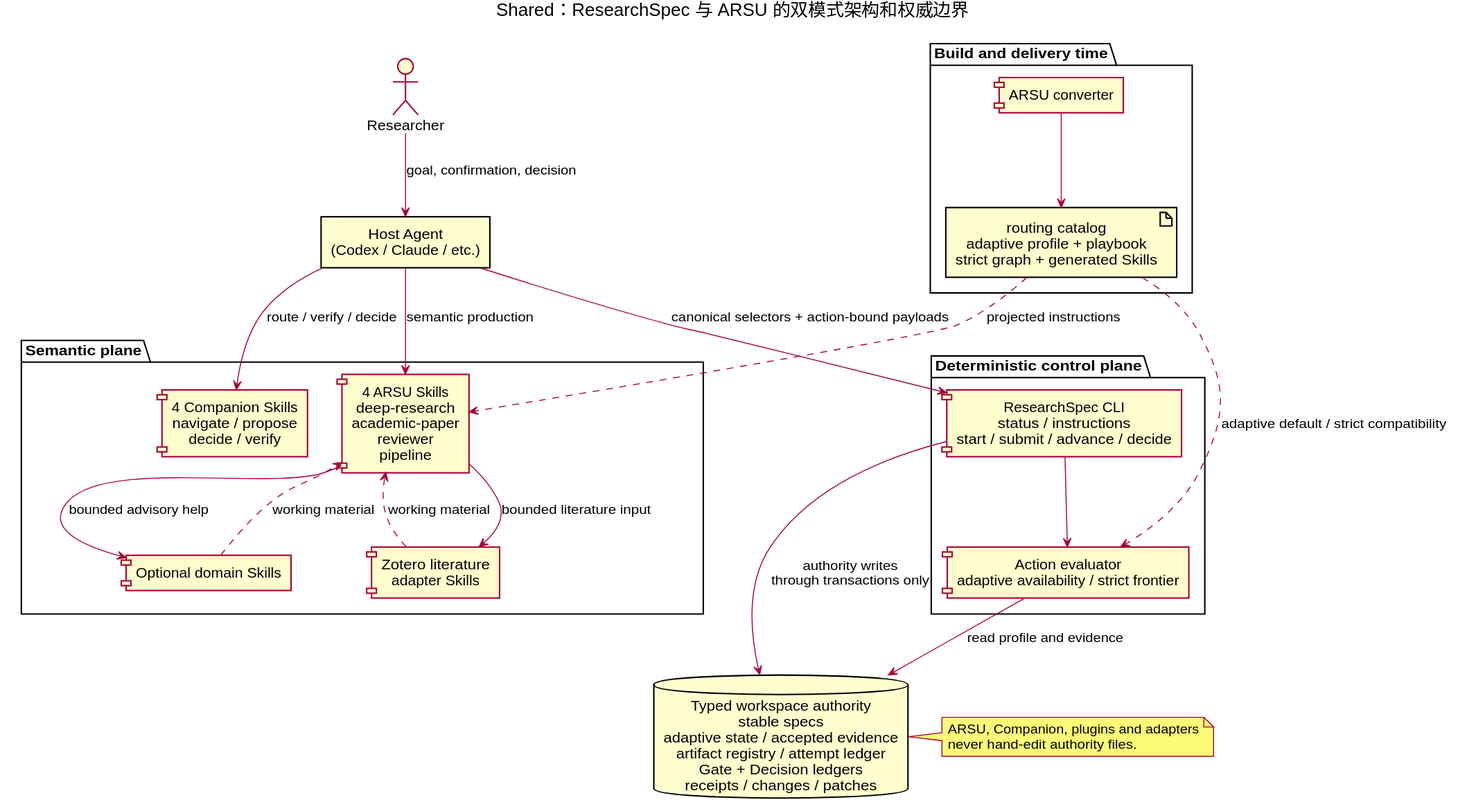
leike0813/ResearchSpec keeps this PlantUML diagram as docs/researchspec_arsu_runtime/diagrams/rendered/system-architecture.svg. Above is the earlier version. Its source is kept beside it as docs/researchspec_arsu_runtime/diagrams/src/system-architecture.puml.
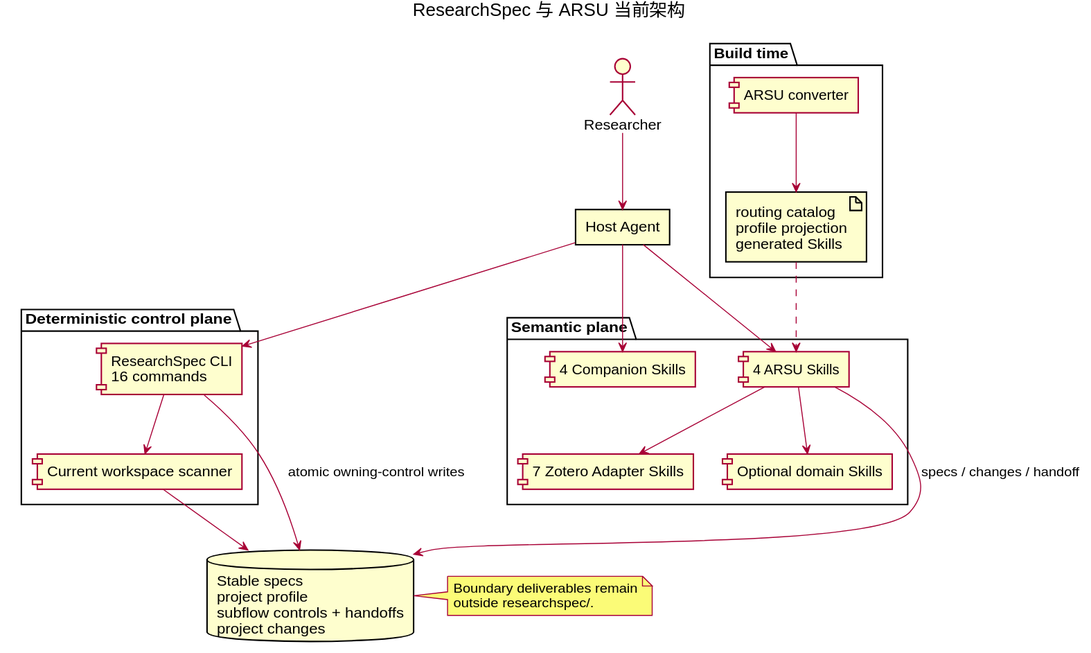
Above is the later version.

Diff of the diagram source:
```diff
@@ -1,48 +1,38 @@
 @startuml
-title Shared：ResearchSpec 与 ARSU 的双模式架构和权威边界
+title ResearchSpec 与 ARSU 当前架构
 skinparam componentStyle rectangle
 skinparam shadowing false
-skinparam defaultTextAlignment center
-
-actor "Researcher" as User
-rectangle "Host Agent\n(Codex / Claude / etc.)" as Host
-
+actor Researcher
+rectangle "Host Agent" as Host
 package "Semantic plane" {
-  component "4 ARSU Skills\ndeep-research\nacademic-paper\nreviewer\npipeline" as ARSU
-  component "4 Companion Skills\nnavigate / propose\ndecide / verify" as Companion
-  component "Optional domain Skills" as Plugin
-  component "Zotero literature\nadapter Skills" as Zotero
+  component "4 ARSU Skills" as ARSU
+  component "4 Companion Skills" as Companion
+  component "7 Zotero Adapter Skills" as Zotero
+  component "Optional domain Skills" as Plugins
 }
-
 package "Deterministic control plane" {
-  component "ResearchSpec CLI\nstatus / instructions\nstart / submit / advance / decide" as CLI
-  component "Action evaluator\nadaptive availability / strict frontier" as Eval
+  component "ResearchSpec CLI\n16 commands" as CLI
+  component "Current workspace scanner" as Scanner
 }
-
-database "Typed workspace authority\nstable specs\nadaptive state / accepted evidence\nartifact registry / attempt ledger\nGate + Decision ledgers\nreceipts / changes / patches" as Files
-
-package "Build and delivery time" {
+database "Stable specs\nproject profile\nsubflow controls + handoffs\nproject changes" as Files
+package "Build time" {
   component "ARSU converter" as Converter
-  artifact "routing catalog\nadaptive profile + playbook\nstrict graph + generated Skills" as Catalog
+  artifact "routing catalog\nprofile projection\ngenerated Skills" as Projection
 }
-
-User --> Host : goal, confirmation, decision
-Host --> Companion : route / verify / decide
-Host --> ARSU : semantic production
-ARSU --> Plugin : bounded advisory help
-ARSU --> Zotero : bounded literature input
-Host --> CLI : canonical selectors + action-bound payloads
-CLI --> Eval
-Eval --> Files : read profile and evidence
-CLI --> Files : authority writes\nthrough transactions only
-Plugin ..> ARSU : working material
-Zotero ..> ARSU : working material
-Converter --> Catalog
-Catalog ..> ARSU : projected instructions
-Catalog ..> Eval : adaptive default / strict compatibility
-
+Researcher --> Host
+Host --> ARSU
+Host --> Companion
+ARSU --> Zotero
+ARSU --> Plugins
+Host --> CLI
+CLI --> Scanner
+Scanner --> Files
+CLI --> Files : atomic owning-control writes
+ARSU --> Files : specs / changes / handoff
+Converter --> Projection
+Projection ..> ARSU
 note right of Files
-  ARSU, Companion, plugins and adapters
-  never hand-edit authority files.
+  Boundary deliverables remain
+  outside researchspec/.
 end note
 @enduml
```
